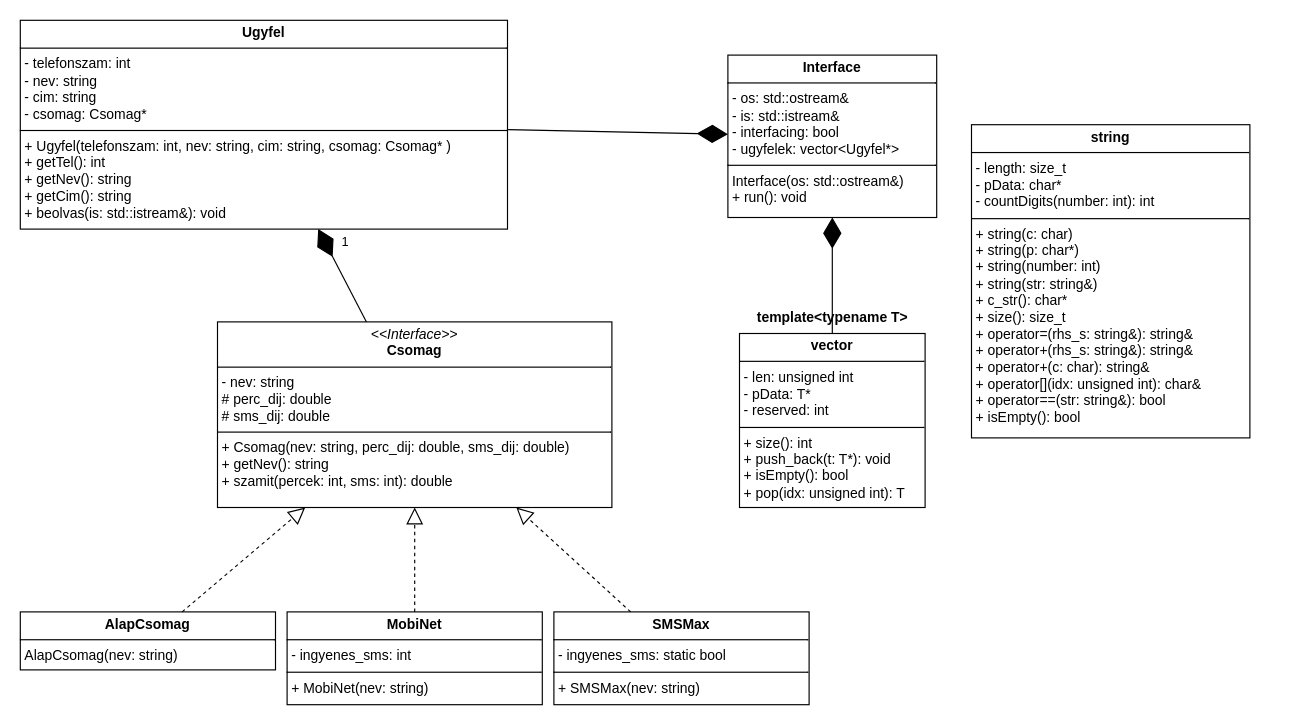
cedrus0708/mobil_szolgaltato keeps this draw.io diagram as Megnevezetlen diagram.drawio. Above is the earlier version. Source tidied: cells renumbered, new cells numbered last; positions are measured from the earlier drawing's top-left corner, leaving out a move shared by most shapes. Both pictures are drawn from the tidied source at 116%, with x=0, y=0 at pixel (20, 20).
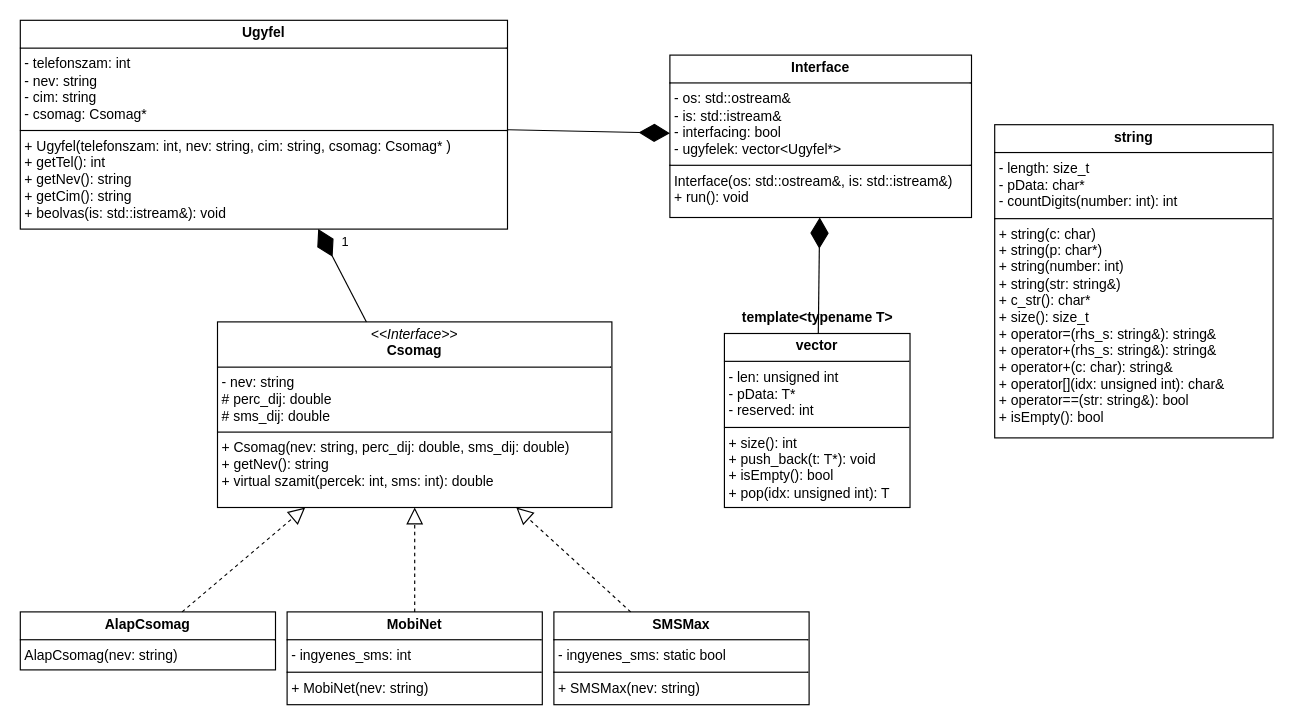
Above is the later version.

Change to the diagram source:
```diff
@@
 <mxGraphModel>
   <root>
     <mxCell id="0" />
     <mxCell id="1" parent="0" />
     <mxCell id="2" value="&lt;p style=&quot;margin:0px;margin-top:4px;text-align:center;&quot;&gt;&lt;b&gt;AlapCsomag&lt;/b&gt;&lt;/p&gt;&lt;hr size=&quot;1&quot; style=&quot;border-style:solid;&quot;&gt;&lt;p style=&quot;margin:0px;margin-left:4px;&quot;&gt;&lt;/p&gt;&lt;p style=&quot;margin:0px;margin-left:4px;&quot;&gt;AlapCsomag(nev: string)&lt;/p&gt;" style="verticalAlign=top;align=left;overflow=fill;html=1;whiteSpace=wrap;" parent="1" vertex="1">
       <mxGeometry y="510" width="220" height="50" as="geometry" />
     </mxCell>
-    <mxCell id="3" value="&lt;p style=&quot;margin:0px;margin-top:4px;text-align:center;&quot;&gt;&lt;i&gt;&amp;lt;&amp;lt;Interface&amp;gt;&amp;gt;&lt;/i&gt;&lt;br&gt;&lt;b&gt;Csomag&lt;/b&gt;&lt;/p&gt;&lt;hr size=&quot;1&quot; style=&quot;border-style:solid;&quot;&gt;&lt;p style=&quot;margin: 0px 0px 0px 4px;&quot;&gt;- nev: string&lt;/p&gt;&lt;p style=&quot;margin: 0px 0px 0px 4px;&quot;&gt;# perc_dij: double&lt;/p&gt;&lt;p style=&quot;margin: 0px 0px 0px 4px;&quot;&gt;# sms_dij: double&lt;/p&gt;&lt;hr size=&quot;1&quot; style=&quot;border-style:solid;&quot;&gt;&lt;p style=&quot;margin:0px;margin-left:4px;&quot;&gt;+ Csomag(nev: string, perc_dij: double, sms_dij: double)&lt;/p&gt;&lt;p style=&quot;margin:0px;margin-left:4px;&quot;&gt;+ getNev(): string&lt;br&gt;+&amp;nbsp;&lt;span style=&quot;background-color: initial;&quot;&gt;szamit(percek: int, sms: int): double&lt;/span&gt;&lt;/p&gt;" style="verticalAlign=top;align=left;overflow=fill;html=1;whiteSpace=wrap;" parent="1" vertex="1">
+    <mxCell id="3" value="&lt;p style=&quot;margin:0px;margin-top:4px;text-align:center;&quot;&gt;&lt;i&gt;&amp;lt;&amp;lt;Interface&amp;gt;&amp;gt;&lt;/i&gt;&lt;br&gt;&lt;b&gt;Csomag&lt;/b&gt;&lt;/p&gt;&lt;hr size=&quot;1&quot; style=&quot;border-style:solid;&quot;&gt;&lt;p style=&quot;margin: 0px 0px 0px 4px;&quot;&gt;- nev: string&lt;/p&gt;&lt;p style=&quot;margin: 0px 0px 0px 4px;&quot;&gt;# perc_dij: double&lt;/p&gt;&lt;p style=&quot;margin: 0px 0px 0px 4px;&quot;&gt;# sms_dij: double&lt;/p&gt;&lt;hr size=&quot;1&quot; style=&quot;border-style:solid;&quot;&gt;&lt;p style=&quot;margin:0px;margin-left:4px;&quot;&gt;+ Csomag(nev: string, perc_dij: double, sms_dij: double)&lt;/p&gt;&lt;p style=&quot;margin:0px;margin-left:4px;&quot;&gt;+ getNev(): string&lt;br&gt;+ virtual&amp;nbsp;&lt;span style=&quot;background-color: initial;&quot;&gt;szamit(percek: int, sms: int): double&lt;/span&gt;&lt;/p&gt;" style="verticalAlign=top;align=left;overflow=fill;html=1;whiteSpace=wrap;" parent="1" vertex="1">
       <mxGeometry x="170" y="260" width="340" height="160" as="geometry" />
     </mxCell>
     <mxCell id="4" value="&lt;p style=&quot;margin:0px;margin-top:4px;text-align:center;&quot;&gt;&lt;b&gt;MobiNet&lt;/b&gt;&lt;/p&gt;&lt;hr size=&quot;1&quot; style=&quot;border-style:solid;&quot;&gt;&lt;p style=&quot;margin:0px;margin-left:4px;&quot;&gt;- ingyenes_sms: int&lt;/p&gt;&lt;hr size=&quot;1&quot; style=&quot;border-style:solid;&quot;&gt;&lt;p style=&quot;margin:0px;margin-left:4px;&quot;&gt;&lt;span style=&quot;background-color: initial;&quot;&gt;+ MobiNet(nev: string)&lt;/span&gt;&lt;br&gt;&lt;/p&gt;" style="verticalAlign=top;align=left;overflow=fill;html=1;whiteSpace=wrap;" parent="1" vertex="1">
       <mxGeometry x="230" y="510" width="220" height="80" as="geometry" />
     </mxCell>
     <mxCell id="5" value="&lt;p style=&quot;margin:0px;margin-top:4px;text-align:center;&quot;&gt;&lt;b&gt;SMSMax&lt;/b&gt;&lt;br&gt;&lt;/p&gt;&lt;hr size=&quot;1&quot; style=&quot;border-style:solid;&quot;&gt;&lt;p style=&quot;margin:0px;margin-left:4px;&quot;&gt;- ingyenes_sms: static bool&lt;/p&gt;&lt;hr size=&quot;1&quot; style=&quot;border-style:solid;&quot;&gt;&lt;p style=&quot;margin:0px;margin-left:4px;&quot;&gt;&lt;span style=&quot;background-color: initial;&quot;&gt;+ SMSMax(nev: string)&lt;/span&gt;&lt;br&gt;&lt;/p&gt;" style="verticalAlign=top;align=left;overflow=fill;html=1;whiteSpace=wrap;" parent="1" vertex="1">
       <mxGeometry x="460" y="510" width="220" height="80" as="geometry" />
     </mxCell>
     <mxCell id="6" value="&lt;p style=&quot;margin:0px;margin-top:4px;text-align:center;&quot;&gt;&lt;b&gt;Ugyfel&lt;/b&gt;&lt;/p&gt;&lt;hr size=&quot;1&quot; style=&quot;border-style:solid;&quot;&gt;&lt;p style=&quot;margin:0px;margin-left:4px;&quot;&gt;- telefonszam: int&lt;/p&gt;&lt;p style=&quot;margin:0px;margin-left:4px;&quot;&gt;- nev: string&lt;/p&gt;&lt;p style=&quot;margin:0px;margin-left:4px;&quot;&gt;- cim: string&lt;/p&gt;&lt;p style=&quot;margin:0px;margin-left:4px;&quot;&gt;- csomag: Csomag*&lt;/p&gt;&lt;hr size=&quot;1&quot; style=&quot;border-style:solid;&quot;&gt;&lt;p style=&quot;margin:0px;margin-left:4px;&quot;&gt;+ Ugyfel(telefonszam: int, nev: string, cim: string, csomag: Csomag* )&lt;/p&gt;&lt;p style=&quot;margin:0px;margin-left:4px;&quot;&gt;+ getTel(): int&lt;/p&gt;&lt;p style=&quot;margin:0px;margin-left:4px;&quot;&gt;+ getNev(): string&lt;/p&gt;&lt;p style=&quot;margin:0px;margin-left:4px;&quot;&gt;+ getCim(): string&lt;/p&gt;&lt;p style=&quot;margin:0px;margin-left:4px;&quot;&gt;+ beolvas(is: std::istream&amp;amp;): void&lt;/p&gt;" style="verticalAlign=top;align=left;overflow=fill;html=1;whiteSpace=wrap;" parent="1" vertex="1">
       <mxGeometry width="420" height="180" as="geometry" />
     </mxCell>
     <mxCell id="7" style="endArrow=block;dashed=1;endFill=0;endSize=12;html=1;rounded=0;" parent="1" edge="1" source="5" target="3">
       <mxGeometry relative="1" as="geometry" />
     </mxCell>
     <mxCell id="8" style="endArrow=block;dashed=1;endFill=0;endSize=12;html=1;rounded=0;" parent="1" edge="1" source="4" target="3">
       <mxGeometry relative="1" as="geometry" />
     </mxCell>
     <mxCell id="9" style="endArrow=block;dashed=1;endFill=0;endSize=12;html=1;rounded=0;" parent="1" edge="1" source="2" target="3">
       <mxGeometry relative="1" as="geometry" />
     </mxCell>
-    <mxCell id="10" value="&lt;p style=&quot;margin:0px;margin-top:4px;text-align:center;&quot;&gt;&lt;b&gt;Interface&lt;/b&gt;&lt;/p&gt;&lt;hr size=&quot;1&quot; style=&quot;border-style:solid;&quot;&gt;&lt;p style=&quot;margin:0px;margin-left:4px;&quot;&gt;- os: std::ostream&amp;amp;&lt;/p&gt;&lt;p style=&quot;margin:0px;margin-left:4px;&quot;&gt;- is: std::istream&amp;amp;&lt;/p&gt;&lt;p style=&quot;margin:0px;margin-left:4px;&quot;&gt;- interfacing: bool&lt;/p&gt;&lt;p style=&quot;margin:0px;margin-left:4px;&quot;&gt;- ugyfelek: vector&amp;lt;Ugyfel*&amp;gt;&lt;/p&gt;&lt;hr size=&quot;1&quot; style=&quot;border-style:solid;&quot;&gt;&lt;p style=&quot;margin:0px;margin-left:4px;&quot;&gt;Interface(os: std::ostream&amp;amp;)&lt;/p&gt;&lt;p style=&quot;margin:0px;margin-left:4px;&quot;&gt;+ run(): void&lt;/p&gt;&lt;p style=&quot;margin:0px;margin-left:4px;&quot;&gt;&lt;br&gt;&lt;/p&gt;" style="verticalAlign=top;align=left;overflow=fill;html=1;whiteSpace=wrap;" parent="1" vertex="1">
-      <mxGeometry x="610" y="30" width="180" height="140" as="geometry" />
+    <mxCell id="10" value="&lt;p style=&quot;margin:0px;margin-top:4px;text-align:center;&quot;&gt;&lt;b&gt;Interface&lt;/b&gt;&lt;/p&gt;&lt;hr size=&quot;1&quot; style=&quot;border-style:solid;&quot;&gt;&lt;p style=&quot;margin:0px;margin-left:4px;&quot;&gt;- os: std::ostream&amp;amp;&lt;/p&gt;&lt;p style=&quot;margin:0px;margin-left:4px;&quot;&gt;- is: std::istream&amp;amp;&lt;/p&gt;&lt;p style=&quot;margin:0px;margin-left:4px;&quot;&gt;- interfacing: bool&lt;/p&gt;&lt;p style=&quot;margin:0px;margin-left:4px;&quot;&gt;- ugyfelek: vector&amp;lt;Ugyfel*&amp;gt;&lt;/p&gt;&lt;hr size=&quot;1&quot; style=&quot;border-style:solid;&quot;&gt;&lt;p style=&quot;margin:0px;margin-left:4px;&quot;&gt;Interface(os: std::ostream&amp;amp;, is: std::istream&amp;amp;)&lt;/p&gt;&lt;p style=&quot;margin:0px;margin-left:4px;&quot;&gt;+ run(): void&lt;/p&gt;&lt;p style=&quot;margin:0px;margin-left:4px;&quot;&gt;&lt;br&gt;&lt;/p&gt;" style="verticalAlign=top;align=left;overflow=fill;html=1;whiteSpace=wrap;" parent="1" vertex="1">
+      <mxGeometry x="560" y="30" width="260" height="140" as="geometry" />
     </mxCell>
     <mxCell id="11" value="&lt;p style=&quot;margin:0px;margin-top:4px;text-align:center;&quot;&gt;&lt;b&gt;string&lt;/b&gt;&lt;/p&gt;&lt;hr size=&quot;1&quot; style=&quot;border-style:solid;&quot;&gt;&lt;p style=&quot;margin:0px;margin-left:4px;&quot;&gt;- length: size_t&lt;/p&gt;&lt;p style=&quot;margin:0px;margin-left:4px;&quot;&gt;- pData: char*&lt;/p&gt;&lt;p style=&quot;margin:0px;margin-left:4px;&quot;&gt;- countDigits(number: int): int&lt;/p&gt;&lt;hr size=&quot;1&quot; style=&quot;border-style:solid;&quot;&gt;&lt;p style=&quot;margin:0px;margin-left:4px;&quot;&gt;+ string(c: char)&lt;/p&gt;&lt;p style=&quot;margin:0px;margin-left:4px;&quot;&gt;+ string(p: char*)&lt;/p&gt;&lt;p style=&quot;margin:0px;margin-left:4px;&quot;&gt;+ string(number: int)&lt;/p&gt;&lt;p style=&quot;margin:0px;margin-left:4px;&quot;&gt;+ string(str: string&amp;amp;)&lt;/p&gt;&lt;p style=&quot;margin:0px;margin-left:4px;&quot;&gt;+ c_str(): char*&lt;/p&gt;&lt;p style=&quot;margin:0px;margin-left:4px;&quot;&gt;+ size(): size_t&lt;/p&gt;&lt;p style=&quot;margin:0px;margin-left:4px;&quot;&gt;+ operator=(rhs_s: string&amp;amp;): string&amp;amp;&lt;/p&gt;&lt;p style=&quot;margin:0px;margin-left:4px;&quot;&gt;+ operator+(&lt;span style=&quot;background-color: initial;&quot;&gt;rhs_s: string&amp;amp;&lt;/span&gt;&lt;span style=&quot;background-color: initial;&quot;&gt;): string&amp;amp;&lt;/span&gt;&lt;/p&gt;&lt;p style=&quot;margin:0px;margin-left:4px;&quot;&gt;&lt;span style=&quot;background-color: initial;&quot;&gt;+&amp;nbsp;&lt;/span&gt;&lt;span style=&quot;background-color: initial;&quot;&gt;operator+(c: char&lt;/span&gt;&lt;span style=&quot;background-color: initial;&quot;&gt;): string&amp;amp;&lt;/span&gt;&lt;/p&gt;&lt;p style=&quot;margin:0px;margin-left:4px;&quot;&gt;&lt;span style=&quot;background-color: initial;&quot;&gt;+ operator[](idx: unsigned int): char&amp;amp;&lt;/span&gt;&lt;/p&gt;&lt;p style=&quot;margin:0px;margin-left:4px;&quot;&gt;+ operator==(str: string&amp;amp;): bool&lt;/p&gt;&lt;p style=&quot;margin:0px;margin-left:4px;&quot;&gt;+ isEmpty(): bool&lt;/p&gt;" style="verticalAlign=top;align=left;overflow=fill;html=1;whiteSpace=wrap;" parent="1" vertex="1">
-      <mxGeometry x="820" y="90" width="240" height="270" as="geometry" />
+      <mxGeometry x="840" y="90" width="240" height="270" as="geometry" />
     </mxCell>
     <mxCell id="12" value="&lt;p style=&quot;margin:0px;margin-top:4px;text-align:center;&quot;&gt;&lt;b&gt;vector&lt;/b&gt;&lt;/p&gt;&lt;hr size=&quot;1&quot; style=&quot;border-style:solid;&quot;&gt;&lt;p style=&quot;margin:0px;margin-left:4px;&quot;&gt;- len: unsigned int&lt;/p&gt;&lt;p style=&quot;margin:0px;margin-left:4px;&quot;&gt;- pData: T*&lt;/p&gt;&lt;p style=&quot;margin:0px;margin-left:4px;&quot;&gt;- reserved: int&lt;/p&gt;&lt;hr size=&quot;1&quot; style=&quot;border-style:solid;&quot;&gt;&lt;p style=&quot;margin:0px;margin-left:4px;&quot;&gt;+ size(): int&lt;/p&gt;&lt;p style=&quot;margin:0px;margin-left:4px;&quot;&gt;+ push_back(t: T*): void&lt;/p&gt;&lt;p style=&quot;margin:0px;margin-left:4px;&quot;&gt;+ isEmpty(): bool&lt;/p&gt;&lt;p style=&quot;margin:0px;margin-left:4px;&quot;&gt;+ pop(idx: unsigned int): T&lt;/p&gt;" style="verticalAlign=top;align=left;overflow=fill;html=1;whiteSpace=wrap;" parent="1" vertex="1">
-      <mxGeometry x="620" y="270" width="160" height="150" as="geometry" />
+      <mxGeometry x="607" y="270" width="160" height="150" as="geometry" />
     </mxCell>
     <mxCell id="13" style="endArrow=diamondThin;endFill=1;endSize=24;html=1;rounded=0;" parent="1" edge="1" source="12" target="10">
       <mxGeometry relative="1" as="geometry" />
     </mxCell>
     <mxCell id="14" style="endArrow=diamondThin;endFill=1;endSize=24;html=1;rounded=0;" parent="1" edge="1" source="3" target="6">
       <mxGeometry relative="1" as="geometry" />
     </mxCell>
     <mxCell id="15" value="1" style="edgeLabel;html=1;align=center;verticalAlign=middle;" parent="14" vertex="1">
       <mxGeometry x="0.71" y="-2" relative="1" as="geometry">
         <mxPoint x="15" as="offset" />
       </mxGeometry>
     </mxCell>
     <mxCell id="16" style="endArrow=diamondThin;endFill=1;endSize=24;html=1;rounded=0;" parent="1" edge="1" source="6" target="10">
       <mxGeometry relative="1" as="geometry" />
     </mxCell>
     <mxCell id="17" value="template&amp;lt;typename T&amp;gt;" style="text;align=center;fontStyle=1;verticalAlign=middle;spacingLeft=3;spacingRight=3;strokeColor=none;html=1;" parent="1" vertex="1">
-      <mxGeometry x="660" y="244" width="80" height="26" as="geometry" />
+      <mxGeometry x="647" y="244" width="80" height="26" as="geometry" />
     </mxCell>
   </root>
 </mxGraphModel>
```
